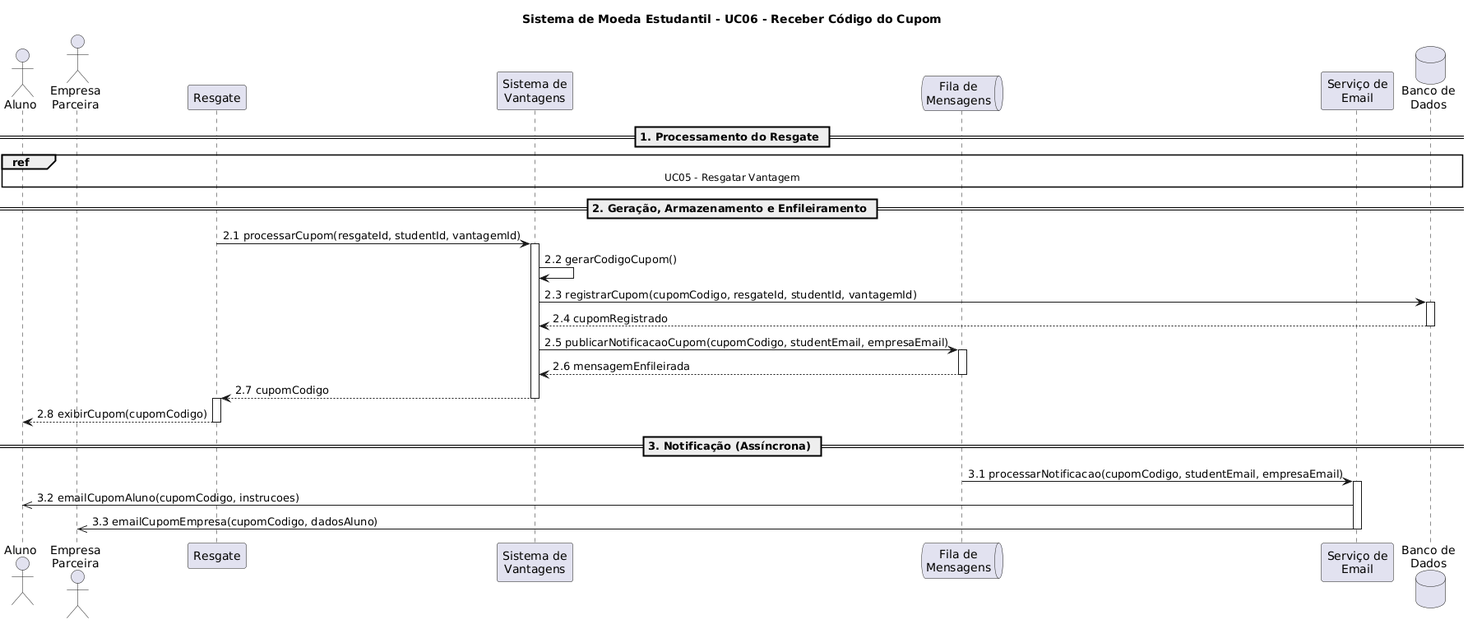
This is docs/diagramas/Diagrama-de-sequencia/UC06/UC06-ReceberCodigoDoCupom.png from LauraPontara/lab-sistema-moeda-estudantil, a PlantUML export, as it was before one commit.
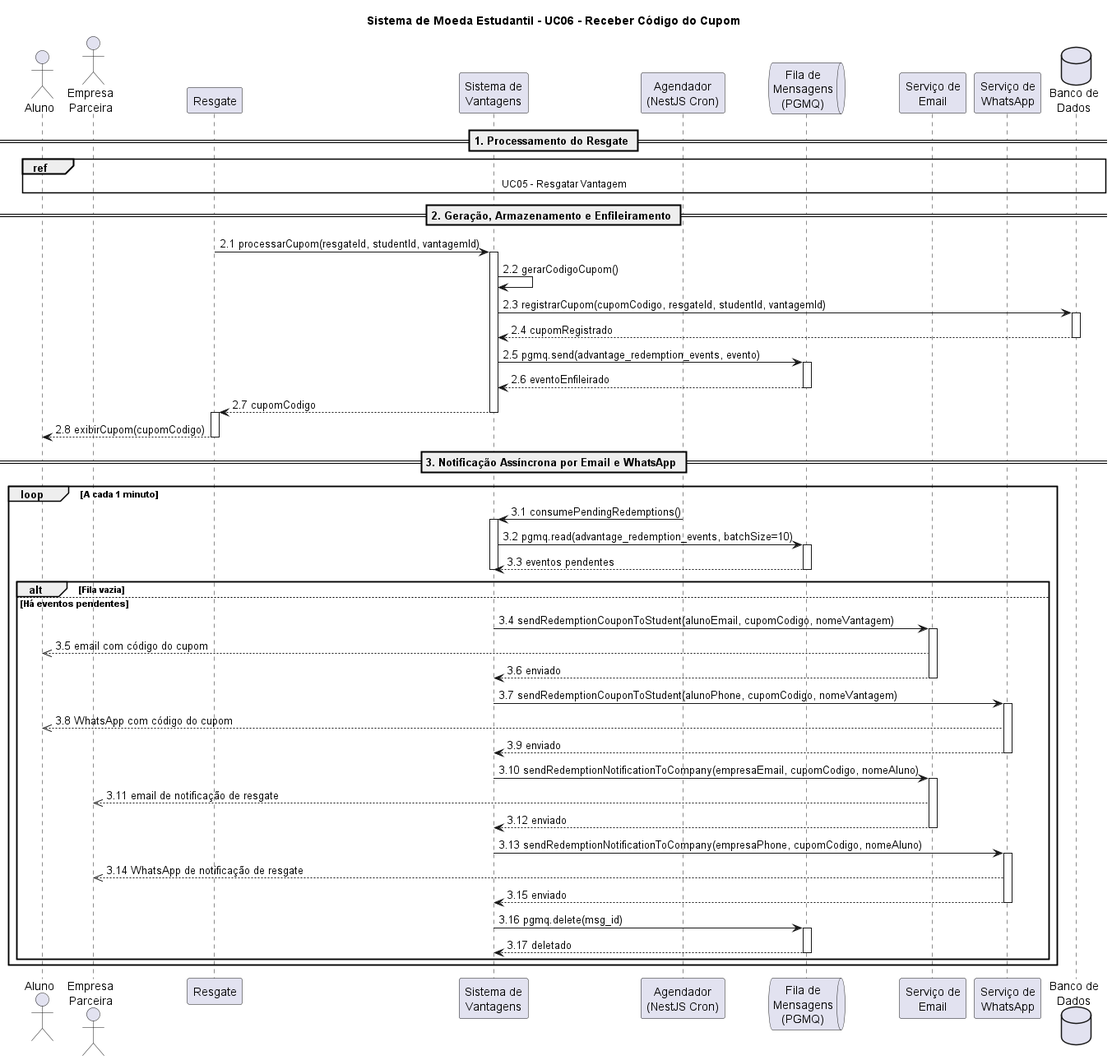
Above is the later version.

The edit, as a diff of the source:
```diff
@@ -1,12 +1,14 @@
-@startuml
+@startuml UC06-ReceberCodigoCupom
 title Sistema de Moeda Estudantil - UC06 - Receber Código do Cupom
 
 actor "Aluno" as A
 actor "Empresa\nParceira" as E
 participant "Resgate" as PR
 participant "Sistema de\nVantagens" as SV
-queue "Fila de\nMensagens" as FM
+participant "Agendador\n(NestJS Cron)" as CRON
+queue "Fila de\nMensagens\n(PGMQ)" as FM
 participant "Serviço de\nEmail" as SE
+participant "Serviço de\nWhatsApp" as WA
 database "Banco de\nDados" as BD
 
 == 1. Processamento do Resgate ==
@@ -24,9 +26,9 @@
 activate BD
 BD --> SV: 2.4 cupomRegistrado
 deactivate BD
-SV -> FM: 2.5 publicarNotificacaoCupom(cupomCodigo, studentEmail, empresaEmail)
+SV -> FM: 2.5 pgmq.send(advantage_redemption_events, evento)
 activate FM
-FM --> SV: 2.6 mensagemEnfileirada
+FM --> SV: 2.6 eventoEnfileirado
 deactivate FM
 SV --> PR: 2.7 cupomCodigo
 deactivate SV
@@ -34,11 +36,44 @@
 PR --> A: 2.8 exibirCupom(cupomCodigo)
 deactivate PR
 
-== 3. Notificação (Assíncrona) ==
+== 3. Notificação Assíncrona por Email e WhatsApp ==
 
-FM -> SE: 3.1 processarNotificacao(cupomCodigo, studentEmail, empresaEmail)
-activate SE
-SE ->> A: 3.2 emailCupomAluno(cupomCodigo, instrucoes)
-SE ->> E: 3.3 emailCupomEmpresa(cupomCodigo, dadosAluno)
-deactivate SE
+loop A cada 1 minuto
+    CRON -> SV: 3.1 consumePendingRedemptions()
+    activate SV
+    SV -> FM: 3.2 pgmq.read(advantage_redemption_events, batchSize=10)
+    activate FM
+    FM --> SV: 3.3 eventos pendentes
+    deactivate FM
+    alt Fila vazia
+        deactivate SV
+    else Há eventos pendentes
+        SV -> SE: 3.4 sendRedemptionCouponToStudent(alunoEmail, cupomCodigo, nomeVantagem)
+        activate SE
+        SE -->> A: 3.5 email com código do cupom
+        SE --> SV: 3.6 enviado
+        deactivate SE
+        SV -> WA: 3.7 sendRedemptionCouponToStudent(alunoPhone, cupomCodigo, nomeVantagem)
+        activate WA
+        WA -->> A: 3.8 WhatsApp com código do cupom
+        WA --> SV: 3.9 enviado
+        deactivate WA
+        SV -> SE: 3.10 sendRedemptionNotificationToCompany(empresaEmail, cupomCodigo, nomeAluno)
+        activate SE
+        SE -->> E: 3.11 email de notificação de resgate
+        SE --> SV: 3.12 enviado
+        deactivate SE
+        SV -> WA: 3.13 sendRedemptionNotificationToCompany(empresaPhone, cupomCodigo, nomeAluno)
+        activate WA
+        WA -->> E: 3.14 WhatsApp de notificação de resgate
+        WA --> SV: 3.15 enviado
+        deactivate WA
+        SV -> FM: 3.16 pgmq.delete(msg_id)
+        activate FM
+        FM --> SV: 3.17 deletado
+        deactivate FM
+        deactivate SV
+    end
+end
+
 @enduml
```
